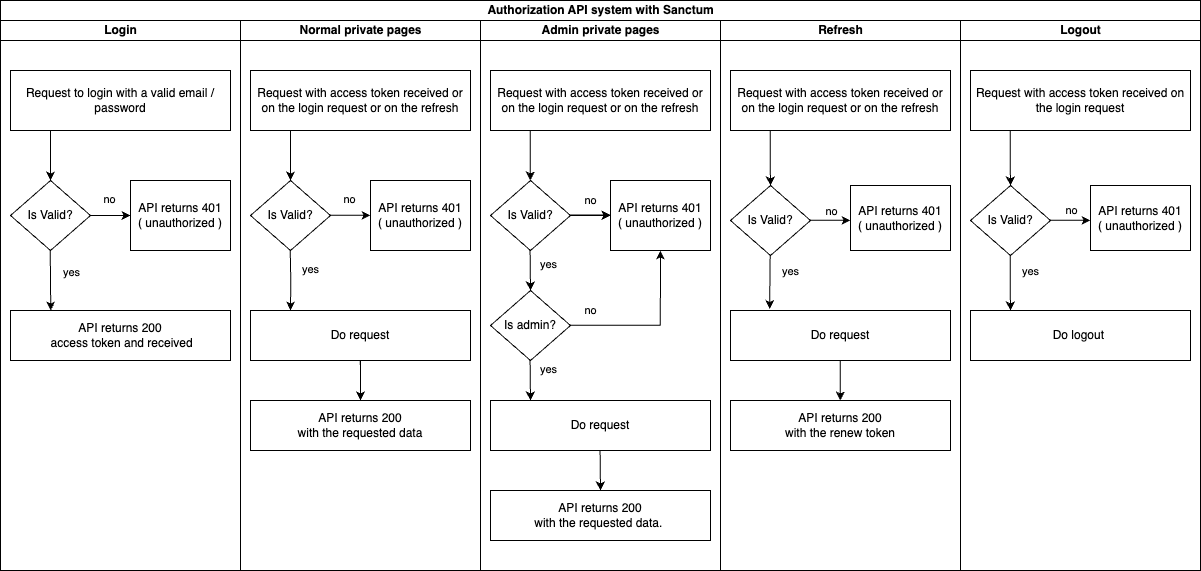
jfgomes/site-jgomes keeps this draw.io diagram as public/images/diagrams/auth.drawio.png. Above is the earlier version. Source tidied: cells renumbered, new cells last; positions are measured from the earlier drawing's top-left corner, leaving out a move shared by most shapes.
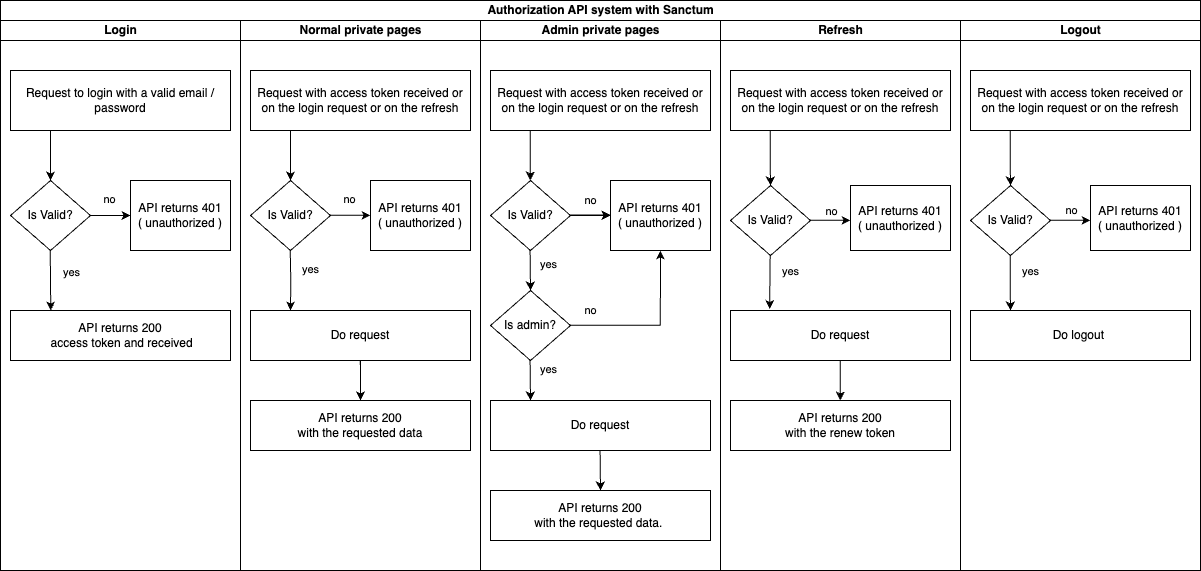
Later version of the same file.

Diff of the diagram source:
```diff
@@ -238,7 +238,7 @@
     <mxCell id="57" value="Logout" style="swimlane;startSize=20;html=1;" parent="2" vertex="1">
       <mxGeometry x="960" y="20" width="240" height="550" as="geometry" />
     </mxCell>
-    <mxCell id="58" value="Request with access token received on the login request" style="rounded=0;whiteSpace=wrap;html=1;" parent="57" vertex="1">
+    <mxCell id="58" value="Request with access token received or on the login request or on the refresh" style="rounded=0;whiteSpace=wrap;html=1;" parent="57" vertex="1">
       <mxGeometry x="10" y="50" width="220" height="60" as="geometry" />
     </mxCell>
     <mxCell id="59" value="Do logout&amp;nbsp;" style="rounded=0;whiteSpace=wrap;html=1;" parent="57" vertex="1">
```
